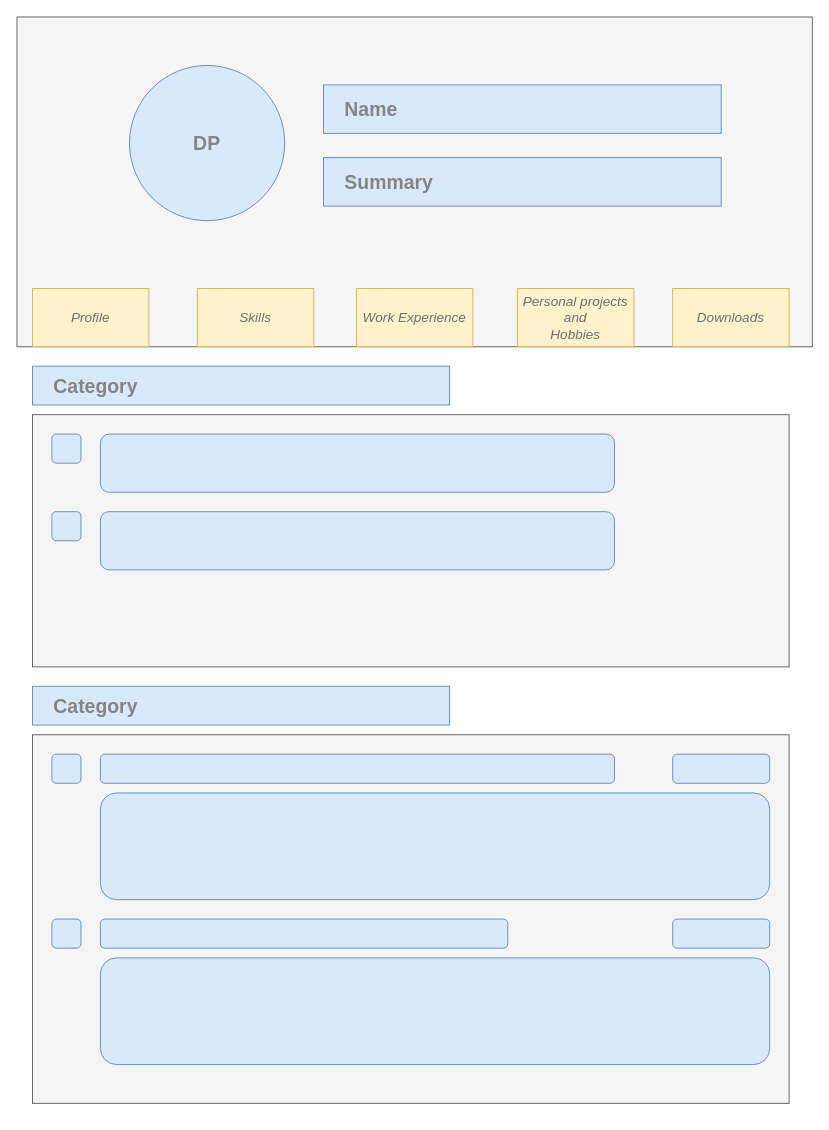
This is documents/mockup.drawio from VenomousF4ANGs/resume, a draw.io file, before an edit. Source tidied: cells renumbered, new cells numbered last; positions are measured from the earlier drawing's top-left corner, leaving out a move shared by most shapes. Both pictures are drawn from the tidied source at 97%, with x=0, y=0 at pixel (16, 16).
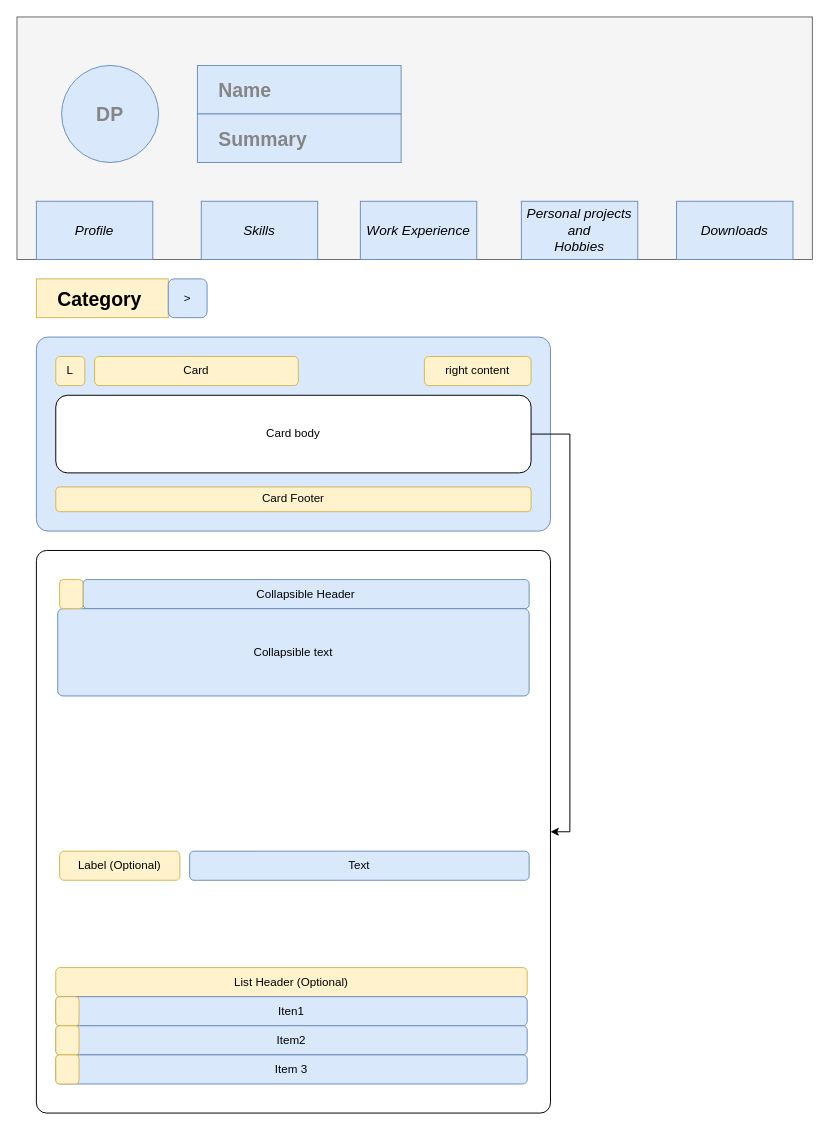
Above is the later version.

The edit, as a diff of the source:
```diff
@@
     <mxCell id="2" style="rounded=0;whiteSpace=wrap;html=1;fillColor=#f5f5f5;strokeColor=#666666;fontColor=#333333;" parent="1" vertex="1">
-      <mxGeometry width="820" height="340" as="geometry" />
+      <mxGeometry width="820" height="250" as="geometry" />
     </mxCell>
     <mxCell id="3" value="DP" style="ellipse;whiteSpace=wrap;html=1;fillColor=#dae8fc;strokeColor=#6c8ebf;fontSize=20;fontStyle=1;fontColor=#858585;" parent="1" vertex="1">
-      <mxGeometry x="116" y="50" width="160" height="160" as="geometry" />
+      <mxGeometry x="46" y="50" width="100" height="100" as="geometry" />
     </mxCell>
     <mxCell id="4" value="Name" style="rounded=0;whiteSpace=wrap;html=1;fillColor=#dae8fc;strokeColor=#6c8ebf;align=left;spacingLeft=20;fontSize=20;fontStyle=1;fontColor=#858585;" parent="1" vertex="1">
-      <mxGeometry x="316" y="70" width="410" height="50" as="geometry" />
+      <mxGeometry x="186" y="50" width="210" height="50" as="geometry" />
     </mxCell>
     <mxCell id="5" value="Summary" style="rounded=0;whiteSpace=wrap;html=1;fillColor=#dae8fc;strokeColor=#6c8ebf;align=left;spacingLeft=20;fontSize=20;fontStyle=1;fontColor=#858585;" parent="1" vertex="1">
-      <mxGeometry x="316" y="145" width="410" height="50" as="geometry" />
+      <mxGeometry x="186" y="100" width="210" height="50" as="geometry" />
     </mxCell>
-    <mxCell id="6" value="Profile" style="rounded=0;whiteSpace=wrap;html=1;fillColor=#fff2cc;strokeColor=#d6b656;fontSize=14;fontStyle=2;fontColor=#6E6E6E;" parent="1" vertex="1">
-      <mxGeometry x="16" y="280" width="120" height="60" as="geometry" />
+    <mxCell id="6" value="Profile" style="rounded=0;whiteSpace=wrap;html=1;fillColor=#dae8fc;strokeColor=#6c8ebf;fontSize=14;fontStyle=2;" parent="1" vertex="1">
+      <mxGeometry x="20" y="190" width="120" height="60" as="geometry" />
     </mxCell>
-    <mxCell id="7" value="Skills" style="rounded=0;whiteSpace=wrap;html=1;fillColor=#fff2cc;strokeColor=#d6b656;fontSize=14;fontStyle=2;fontColor=#6E6E6E;" parent="1" vertex="1">
-      <mxGeometry x="186" y="280" width="120" height="60" as="geometry" />
+    <mxCell id="7" value="Skills" style="rounded=0;whiteSpace=wrap;html=1;fillColor=#dae8fc;strokeColor=#6c8ebf;fontSize=14;fontStyle=2;" parent="1" vertex="1">
+      <mxGeometry x="190" y="190" width="120" height="60" as="geometry" />
     </mxCell>
-    <mxCell id="8" value="Work Experience" style="rounded=0;whiteSpace=wrap;html=1;fillColor=#fff2cc;strokeColor=#d6b656;fontSize=14;fontStyle=2;fontColor=#6E6E6E;" parent="1" vertex="1">
-      <mxGeometry x="350" y="280" width="120" height="60" as="geometry" />
+    <mxCell id="8" value="Work Experience" style="rounded=0;whiteSpace=wrap;html=1;fillColor=#dae8fc;strokeColor=#6c8ebf;fontSize=14;fontStyle=2;" parent="1" vertex="1">
+      <mxGeometry x="354" y="190" width="120" height="60" as="geometry" />
     </mxCell>
-    <mxCell id="9" value="Personal projects&lt;br style=&quot;font-size: 14px;&quot;&gt;and&lt;br style=&quot;font-size: 14px;&quot;&gt;Hobbies" style="rounded=0;whiteSpace=wrap;html=1;fillColor=#fff2cc;strokeColor=#d6b656;fontSize=14;fontStyle=2;fontColor=#6E6E6E;" parent="1" vertex="1">
-      <mxGeometry x="516" y="280" width="120" height="60" as="geometry" />
+    <mxCell id="9" value="Personal projects&lt;br style=&quot;font-size: 14px;&quot;&gt;and&lt;br style=&quot;font-size: 14px;&quot;&gt;Hobbies" style="rounded=0;whiteSpace=wrap;html=1;fillColor=#dae8fc;strokeColor=#6c8ebf;fontSize=14;fontStyle=2;" parent="1" vertex="1">
+      <mxGeometry x="520" y="190" width="120" height="60" as="geometry" />
     </mxCell>
-    <mxCell id="10" value="Downloads" style="rounded=0;whiteSpace=wrap;html=1;fillColor=#fff2cc;strokeColor=#d6b656;fontSize=14;fontStyle=2;fontColor=#6E6E6E;" parent="1" vertex="1">
-      <mxGeometry x="676" y="280" width="120" height="60" as="geometry" />
+    <mxCell id="10" value="Downloads" style="rounded=0;whiteSpace=wrap;html=1;fillColor=#dae8fc;strokeColor=#6c8ebf;fontSize=14;fontStyle=2;" parent="1" vertex="1">
+      <mxGeometry x="680" y="190" width="120" height="60" as="geometry" />
     </mxCell>
-    <mxCell id="11" value="Category" style="rounded=0;whiteSpace=wrap;html=1;fillColor=#dae8fc;strokeColor=#6c8ebf;align=left;spacingLeft=20;fontSize=20;fontStyle=1;fontColor=#858585;" parent="1" vertex="1">
-      <mxGeometry x="16" y="360" width="430" height="40" as="geometry" />
+    <mxCell id="11" value="Category" style="rounded=0;whiteSpace=wrap;html=1;fillColor=#fff2cc;strokeColor=#d6b656;align=left;spacingLeft=20;fontSize=20;fontStyle=1;" parent="1" vertex="1">
+      <mxGeometry x="20" y="270" width="136" height="40" as="geometry" />
     </mxCell>
-    <mxCell id="12" style="rounded=0;whiteSpace=wrap;html=1;fillColor=#f5f5f5;strokeColor=#666666;fontColor=#333333;" parent="1" vertex="1">
-      <mxGeometry x="16" y="410" width="780" height="260" as="geometry" />
-    </mxCell>
-    <mxCell id="13" value="Category" style="rounded=0;whiteSpace=wrap;html=1;fillColor=#dae8fc;strokeColor=#6c8ebf;align=left;spacingLeft=20;fontSize=20;fontStyle=1;fontColor=#858585;" parent="1" vertex="1">
-      <mxGeometry x="16" y="690" width="430" height="40" as="geometry" />
-    </mxCell>
-    <mxCell id="14" style="rounded=0;whiteSpace=wrap;html=1;fillColor=#f5f5f5;strokeColor=#666666;fontColor=#333333;" parent="1" vertex="1">
-      <mxGeometry x="16" y="740" width="780" height="380" as="geometry" />
-    </mxCell>
-    <mxCell id="15" style="rounded=1;whiteSpace=wrap;html=1;fillColor=#dae8fc;strokeColor=#6c8ebf;" parent="1" vertex="1">
-      <mxGeometry x="36" y="430" width="30" height="30" as="geometry" />
-    </mxCell>
-    <mxCell id="16" style="rounded=1;whiteSpace=wrap;html=1;fillColor=#dae8fc;strokeColor=#6c8ebf;" parent="1" vertex="1">
-      <mxGeometry x="86" y="430" width="530" height="60" as="geometry" />
+    <mxCell id="16" style="rounded=1;whiteSpace=wrap;html=1;fillColor=#dae8fc;strokeColor=#6c8ebf;arcSize=6;" parent="1" vertex="1">
+      <mxGeometry x="20" y="330" width="530" height="200" as="geometry" />
     </mxCell>
-    <mxCell id="17" style="rounded=1;whiteSpace=wrap;html=1;fillColor=#dae8fc;strokeColor=#6c8ebf;" parent="1" vertex="1">
-      <mxGeometry x="36" y="510" width="30" height="30" as="geometry" />
-    </mxCell>
-    <mxCell id="18" style="rounded=1;whiteSpace=wrap;html=1;fillColor=#dae8fc;strokeColor=#6c8ebf;" parent="1" vertex="1">
-      <mxGeometry x="86" y="510" width="530" height="60" as="geometry" />
-    </mxCell>
-    <mxCell id="19" style="rounded=1;whiteSpace=wrap;html=1;fillColor=#dae8fc;strokeColor=#6c8ebf;" parent="1" vertex="1">
-      <mxGeometry x="36" y="760" width="30" height="30" as="geometry" />
-    </mxCell>
-    <mxCell id="20" style="rounded=1;whiteSpace=wrap;html=1;fillColor=#dae8fc;strokeColor=#6c8ebf;" parent="1" vertex="1">
-      <mxGeometry x="86" y="760" width="530" height="30" as="geometry" />
-    </mxCell>
-    <mxCell id="21" style="rounded=1;whiteSpace=wrap;html=1;fillColor=#dae8fc;strokeColor=#6c8ebf;" parent="1" vertex="1">
-      <mxGeometry x="86" y="800" width="690" height="110" as="geometry" />
-    </mxCell>
-    <mxCell id="22" style="rounded=1;whiteSpace=wrap;html=1;fillColor=#dae8fc;strokeColor=#6c8ebf;" parent="1" vertex="1">
-      <mxGeometry x="36" y="930" width="30" height="30" as="geometry" />
-    </mxCell>
-    <mxCell id="23" style="rounded=1;whiteSpace=wrap;html=1;fillColor=#dae8fc;strokeColor=#6c8ebf;" parent="1" vertex="1">
-      <mxGeometry x="86" y="930" width="420" height="30" as="geometry" />
-    </mxCell>
-    <mxCell id="24" style="rounded=1;whiteSpace=wrap;html=1;fillColor=#dae8fc;strokeColor=#6c8ebf;" parent="1" vertex="1">
-      <mxGeometry x="86" y="970" width="690" height="110" as="geometry" />
-    </mxCell>
-    <mxCell id="25" style="rounded=1;whiteSpace=wrap;html=1;fillColor=#dae8fc;strokeColor=#6c8ebf;" parent="1" vertex="1">
-      <mxGeometry x="676" y="930" width="100" height="30" as="geometry" />
-    </mxCell>
-    <mxCell id="26" style="rounded=1;whiteSpace=wrap;html=1;fillColor=#dae8fc;strokeColor=#6c8ebf;" parent="1" vertex="1">
-      <mxGeometry x="676" y="760" width="100" height="30" as="geometry" />
+    <mxCell id="26" value="L" style="rounded=1;whiteSpace=wrap;html=1;fillColor=#fff2cc;strokeColor=#d6b656;" parent="1" vertex="1">
+      <mxGeometry x="40" y="350" width="30" height="30" as="geometry" />
     </mxCell>
+    <mxCell id="27" value="Card" style="rounded=1;whiteSpace=wrap;html=1;fillColor=#fff2cc;strokeColor=#d6b656;" parent="1" vertex="1">
+      <mxGeometry x="80" y="350" width="210" height="30" as="geometry" />
+    </mxCell>
+    <mxCell id="28" value="right content" style="rounded=1;whiteSpace=wrap;html=1;fillColor=#fff2cc;strokeColor=#d6b656;" parent="1" vertex="1">
+      <mxGeometry x="420" y="350" width="110" height="30" as="geometry" />
+    </mxCell>
+    <mxCell id="29" style="edgeStyle=orthogonalEdgeStyle;rounded=0;jettySize=auto;html=1;exitX=1;exitY=0.5;exitDx=0;exitDy=0;entryX=1;entryY=0.5;entryDx=0;entryDy=0;" parent="1" edge="1" source="30" target="32">
+      <mxGeometry relative="1" as="geometry" />
+    </mxCell>
+    <mxCell id="30" value="Card body" style="rounded=1;whiteSpace=wrap;html=1;" parent="1" vertex="1">
+      <mxGeometry x="40" y="390" width="490" height="80" as="geometry" />
+    </mxCell>
+    <mxCell id="31" value="Card Footer" style="rounded=1;whiteSpace=wrap;html=1;fillColor=#fff2cc;strokeColor=#d6b656;" parent="1" vertex="1">
+      <mxGeometry x="40" y="484.5" width="490" height="25.5" as="geometry" />
+    </mxCell>
+    <mxCell id="32" style="rounded=1;whiteSpace=wrap;html=1;arcSize=2;" parent="1" vertex="1">
+      <mxGeometry x="20" y="550" width="530" height="580" as="geometry" />
+    </mxCell>
+    <mxCell id="33" value="Collapsible Header" style="rounded=1;whiteSpace=wrap;html=1;fillColor=#dae8fc;strokeColor=#6c8ebf;" parent="1" vertex="1">
+      <mxGeometry x="68" y="580" width="460" height="30" as="geometry" />
+    </mxCell>
+    <mxCell id="34" value="Collapsible text" style="rounded=1;whiteSpace=wrap;html=1;fillColor=#dae8fc;strokeColor=#6c8ebf;arcSize=6;" parent="1" vertex="1">
+      <mxGeometry x="42" y="610" width="486" height="90" as="geometry" />
+    </mxCell>
+    <mxCell id="35" value="&amp;gt;" style="rounded=1;whiteSpace=wrap;html=1;fillColor=#dae8fc;strokeColor=#6c8ebf;" parent="1" vertex="1">
+      <mxGeometry x="156" y="270" width="40" height="40" as="geometry" />
+    </mxCell>
+    <mxCell id="36" value="Label (Optional)" style="rounded=1;whiteSpace=wrap;html=1;fillColor=#fff2cc;strokeColor=#d6b656;" parent="1" vertex="1">
+      <mxGeometry x="44" y="860" width="124" height="30" as="geometry" />
+    </mxCell>
+    <mxCell id="37" value="Text" style="rounded=1;whiteSpace=wrap;html=1;fillColor=#dae8fc;strokeColor=#6c8ebf;" parent="1" vertex="1">
+      <mxGeometry x="178" y="860" width="350" height="30" as="geometry" />
+    </mxCell>
+    <mxCell id="38" value="List Header (Optional)" style="rounded=1;whiteSpace=wrap;html=1;fillColor=#fff2cc;strokeColor=#d6b656;" parent="1" vertex="1">
+      <mxGeometry x="40" y="980" width="486" height="30" as="geometry" />
+    </mxCell>
+    <mxCell id="39" value="Iten1" style="rounded=1;whiteSpace=wrap;html=1;fillColor=#dae8fc;strokeColor=#6c8ebf;" parent="1" vertex="1">
+      <mxGeometry x="40" y="1010" width="486" height="30" as="geometry" />
+    </mxCell>
+    <mxCell id="40" value="Item2" style="rounded=1;whiteSpace=wrap;html=1;fillColor=#dae8fc;strokeColor=#6c8ebf;" parent="1" vertex="1">
+      <mxGeometry x="40" y="1040" width="486" height="30" as="geometry" />
+    </mxCell>
+    <mxCell id="41" value="Item 3" style="rounded=1;whiteSpace=wrap;html=1;fillColor=#dae8fc;strokeColor=#6c8ebf;" parent="1" vertex="1">
+      <mxGeometry x="40" y="1070" width="486" height="30" as="geometry" />
+    </mxCell>
+    <mxCell id="42" style="rounded=1;whiteSpace=wrap;html=1;fillColor=#fff2cc;strokeColor=#d6b656;" parent="1" vertex="1">
+      <mxGeometry x="44" y="580" width="24" height="30" as="geometry" />
+    </mxCell>
+    <mxCell id="43" style="rounded=1;whiteSpace=wrap;html=1;fillColor=#fff2cc;strokeColor=#d6b656;" parent="1" vertex="1">
+      <mxGeometry x="40" y="1010" width="24" height="30" as="geometry" />
+    </mxCell>
+    <mxCell id="44" style="rounded=1;whiteSpace=wrap;html=1;fillColor=#fff2cc;strokeColor=#d6b656;" parent="1" vertex="1">
+      <mxGeometry x="40" y="1040" width="24" height="30" as="geometry" />
+    </mxCell>
+    <mxCell id="45" style="rounded=1;whiteSpace=wrap;html=1;fillColor=#fff2cc;strokeColor=#d6b656;" parent="1" vertex="1">
+      <mxGeometry x="40" y="1070" width="24" height="30" as="geometry" />
+    </mxCell>
```
